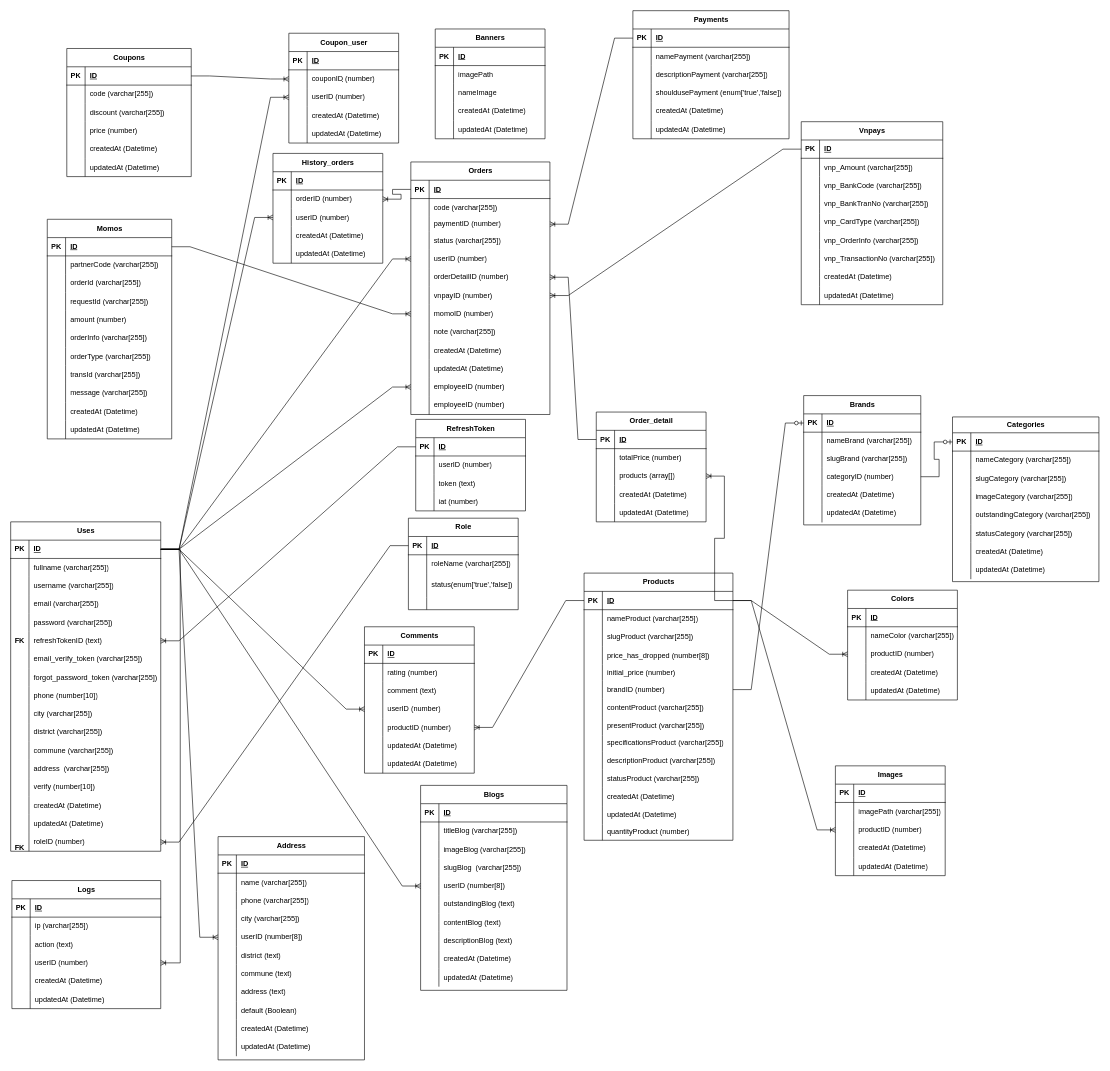
QuocHuy03/HoangHaPC keeps this draw.io diagram as src/doan.drawio. Above is the earlier version. Source tidied: cells renumbered, new cells numbered last; positions are measured from the earlier drawing's top-left corner, leaving out a move shared by most shapes. Both pictures are drawn from the tidied source at 61%, with x=0, y=0 at pixel (10, -52).
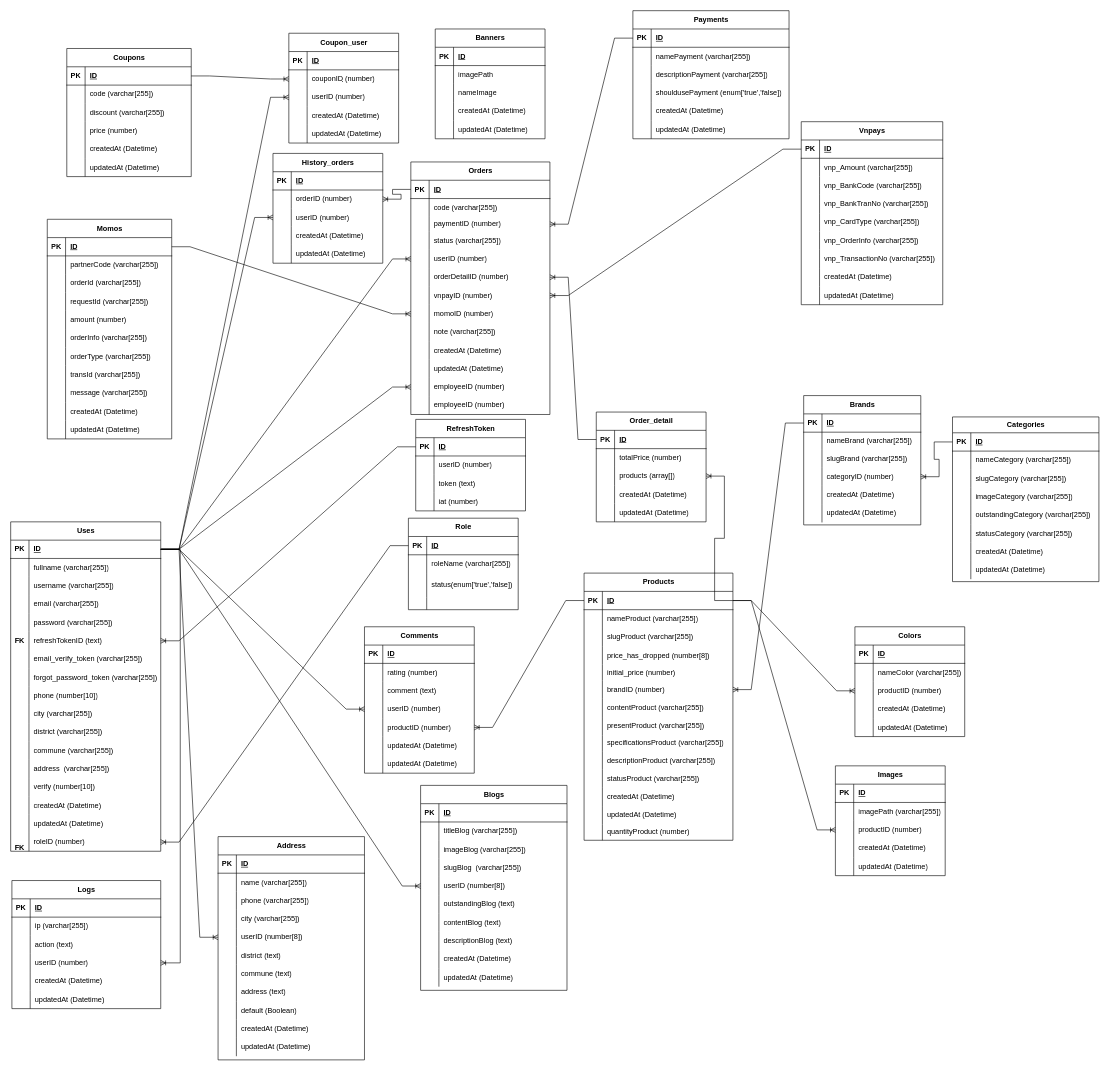
The same diagram, later.

Commit message:
Cập nhật doan.drawio

The change refers to these unchanged cells:
```xml
<mxCell id="81" style="shape=tableRow;horizontal=0;startSize=0;swimlaneHead=0;swimlaneBody=0;fillColor=none;points=[[0,0.5],[1,0.5]];portConstraint=eastwest;top=0;left=0;right=0;bottom=1;" parent="80" vertex="1">
  <mxGeometry y="30" width="192" height="30" as="geometry" />
</mxCell>
<mxCell id="90" style="shape=tableRow;horizontal=0;startSize=0;swimlaneHead=0;swimlaneBody=0;fillColor=none;points=[[0,0.5],[1,0.5]];portConstraint=eastwest;top=0;left=0;right=0;bottom=0;" parent="80" vertex="1">
  <mxGeometry y="118" width="192" height="30" as="geometry" />
</mxCell>
<mxCell id="100" style="shape=tableRow;horizontal=0;startSize=0;swimlaneHead=0;swimlaneBody=0;fillColor=none;points=[[0,0.5],[1,0.5]];portConstraint=eastwest;top=0;left=0;right=0;bottom=1;" parent="99" vertex="1">
  <mxGeometry y="26" width="240" height="30" as="geometry" />
</mxCell>
<mxCell id="141" style="shape=tableRow;horizontal=0;startSize=0;swimlaneHead=0;swimlaneBody=0;fillColor=none;points=[[0,0.5],[1,0.5]];portConstraint=eastwest;top=0;left=0;right=0;bottom=0;" parent="125" vertex="1">
  <mxGeometry y="176" width="244" height="30" as="geometry" />
</mxCell>
```

Diff of the diagram source:
```diff
@@
-    <mxCell id="124" style="edgeStyle=entityRelationEdgeStyle;fontSize=12;html=1;endArrow=ERzeroToOne;endFill=1;rounded=0;exitX=1;exitY=0.5;exitDx=0;exitDy=0;entryX=0;entryY=0.5;entryDx=0;entryDy=0;" parent="1" edge="1" source="90" target="100">
-      <mxGeometry relative="1" as="geometry">
-        <Array as="points">
-          <mxPoint x="828" y="1116" />
-          <mxPoint x="688" y="1145" />
-          <mxPoint x="704" y="1117" />
-          <mxPoint x="672" y="1112" />
-          <mxPoint x="700" y="1008" />
-          <mxPoint x="1036" y="1413" />
-          <mxPoint x="1060" y="1245" />
-          <mxPoint x="680" y="1020" />
-          <mxPoint x="692" y="1060" />
-          <mxPoint x="688" y="1077" />
-          <mxPoint x="674" y="796" />
-          <mxPoint x="1232" y="1293" />
-        </Array>
-      </mxGeometry>
-    </mxCell>
@@
-    <mxCell id="168" style="edgeStyle=entityRelationEdgeStyle;fontSize=12;html=1;endArrow=ERzeroToOne;endFill=1;rounded=0;entryX=0;entryY=0.5;entryDx=0;entryDy=0;exitX=1;exitY=0.5;exitDx=0;exitDy=0;" parent="1" edge="1" source="141" target="81">
-      <mxGeometry relative="1" as="geometry">
-        <Array as="points">
-          <mxPoint x="540" y="1397" />
-          <mxPoint x="892" y="964" />
-          <mxPoint x="556" y="1369" />
-          <mxPoint x="524" y="1364" />
-          <mxPoint x="912" y="1497" />
-          <mxPoint x="532" y="1272" />
-          <mxPoint x="544" y="1312" />
-          <mxPoint x="540" y="1329" />
-          <mxPoint x="526" y="1048" />
-          <mxPoint x="1084" y="1545" />
-        </Array>
-      </mxGeometry>
-    </mxCell>
@@
     <mxCell id="185" value="Colors" style="shape=table;startSize=30;childLayout=tableLayout;rowLines=0;fontStyle=1;align=center;html=1;" parent="1" vertex="1">
-      <mxGeometry x="1372" y="1052" width="180" height="180" as="geometry" />
+      <mxGeometry x="1384" y="1112" width="180" height="180" as="geometry" />
     </mxCell>
@@
+    <mxCell id="531" style="edgeStyle=entityRelationEdgeStyle;fontSize=12;html=1;endArrow=ERoneToMany;rounded=0;exitX=0;exitY=0.5;exitDx=0;exitDy=0;entryX=1;entryY=0.5;entryDx=0;entryDy=0;" parent="1" edge="1" source="81" target="141">
+      <mxGeometry relative="1" as="geometry">
+        <Array as="points">
+          <mxPoint x="1272" y="819" />
+          <mxPoint x="1244" y="1047" />
+          <mxPoint x="1694" y="1161" />
+          <mxPoint x="1670" y="1169" />
+          <mxPoint x="1312" y="1006" />
+          <mxPoint x="1600" y="1020" />
+        </Array>
+      </mxGeometry>
+    </mxCell>
+    <mxCell id="532" style="edgeStyle=entityRelationEdgeStyle;fontSize=12;html=1;endArrow=ERoneToMany;rounded=0;entryX=1;entryY=0.5;entryDx=0;entryDy=0;exitX=0;exitY=0.5;exitDx=0;exitDy=0;" parent="1" edge="1" source="100" target="90">
+      <mxGeometry relative="1" as="geometry">
+        <Array as="points">
+          <mxPoint x="1450" y="836" />
+          <mxPoint x="1422" y="1064" />
+          <mxPoint x="1872" y="1178" />
+          <mxPoint x="1848" y="1186" />
+          <mxPoint x="1490" y="1023" />
+          <mxPoint x="1778" y="1037" />
+        </Array>
+      </mxGeometry>
+    </mxCell>
```
